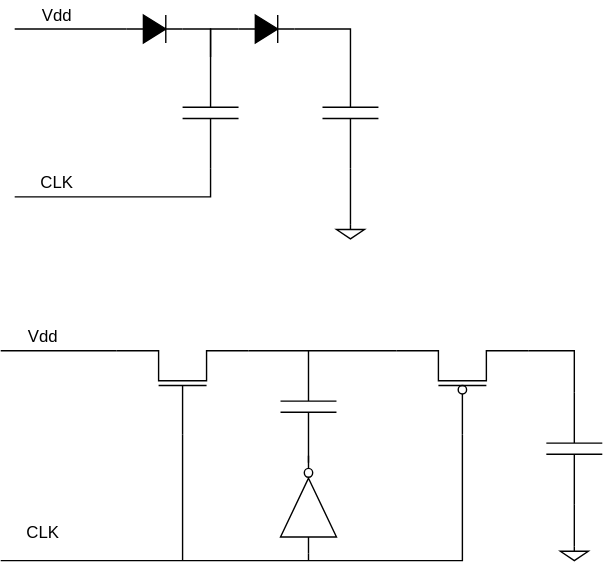
Before: pump/main.svg, a diagram exported from draw.io (AntonGLi/analog_stuff). Source tidied: cells renumbered, new cells last; positions are measured from the earlier drawing's top-left corner, leaving out a move shared by most shapes.
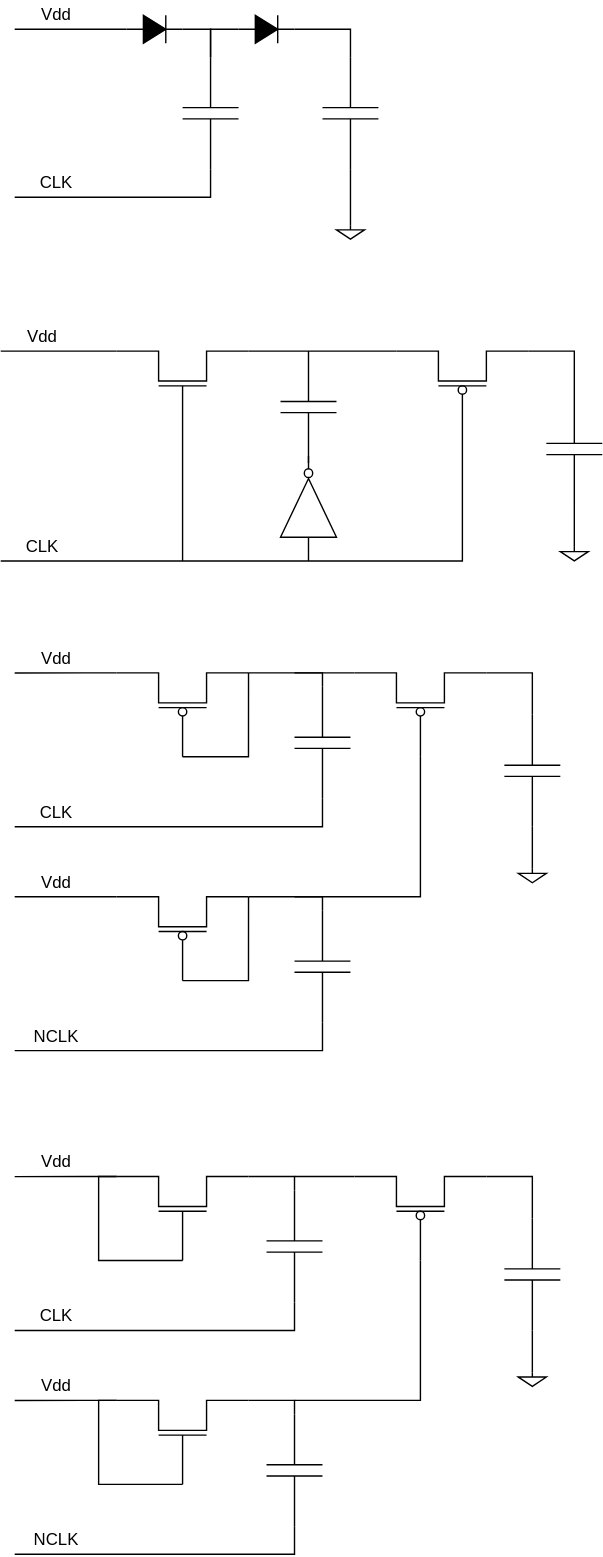
After the change.

The edit, as a diff of the source:
```diff
@@ -63,7 +63,7 @@
       <mxGeometry relative="1" as="geometry" />
     </mxCell>
     <mxCell id="18" value="CLK" style="text;html=1;align=center;verticalAlign=middle;whiteSpace=wrap;rounded=0;" parent="1" vertex="1">
-      <mxGeometry y="370" width="60" height="20" as="geometry" />
+      <mxGeometry y="380" width="60" height="20" as="geometry" />
     </mxCell>
     <mxCell id="19" value="Vdd" style="text;html=1;align=center;verticalAlign=middle;whiteSpace=wrap;rounded=0;" parent="1" vertex="1">
       <mxGeometry y="230" width="60" height="20" as="geometry" />
@@ -130,5 +130,271 @@
     <mxCell id="30" style="verticalLabelPosition=bottom;shadow=0;dashed=0;align=center;html=1;verticalAlign=top;shape=(stored shape, 392 characters);fillColor=none;rotation=-90;" parent="1" vertex="1">
       <mxGeometry x="185" y="340" width="70" height="40" as="geometry" />
     </mxCell>
+    <mxCell id="31" style="edgeStyle=orthogonalEdgeStyle;rounded=0;orthogonalLoop=1;jettySize=auto;html=1;exitX=1;exitY=0;exitDx=0;exitDy=0;exitPerimeter=0;endArrow=none;endFill=0;" parent="1" edge="1">
+      <mxGeometry relative="1" as="geometry">
+        <mxPoint x="82.9" y="480" as="sourcePoint" />
+        <mxPoint x="10" y="480.1" as="targetPoint" />
+        <Array as="points">
+          <mxPoint x="60" y="480" />
+          <mxPoint x="60" y="480" />
+        </Array>
+      </mxGeometry>
+    </mxCell>
+    <mxCell id="32" style="edgeStyle=orthogonalEdgeStyle;rounded=0;jettySize=auto;html=1;exitX=1;exitY=0.5;exitDx=0;exitDy=0;exitPerimeter=0;endArrow=none;endFill=0;" parent="1" edge="1" source="33">
+      <mxGeometry relative="1" as="geometry">
+        <mxPoint x="10" y="590" as="targetPoint" />
+        <Array as="points">
+          <mxPoint x="210" y="590" />
+          <mxPoint x="10" y="590" />
+        </Array>
+      </mxGeometry>
+    </mxCell>
+    <mxCell id="33" style="verticalLabelPosition=bottom;shadow=0;dashed=0;align=center;html=1;verticalAlign=top;shape=mxgraph.electrical.capacitors.capacitor_1;rotation=90;" parent="1" vertex="1">
+      <mxGeometry x="190" y="510" width="80" height="40" as="geometry" />
+    </mxCell>
+    <mxCell id="34" style="edgeStyle=orthogonalEdgeStyle;rounded=0;jettySize=auto;html=1;exitX=1;exitY=1;exitDx=0;exitDy=0;exitPerimeter=0;entryX=0;entryY=0.5;entryDx=0;entryDy=0;entryPerimeter=0;endArrow=none;endFill=0;" parent="1" edge="1" target="33">
+      <mxGeometry relative="1" as="geometry">
+        <mxPoint x="177.1" y="480" as="sourcePoint" />
+        <Array as="points">
+          <mxPoint x="230" y="480" />
+        </Array>
+      </mxGeometry>
+    </mxCell>
+    <mxCell id="35" value="CLK" style="text;html=1;align=center;verticalAlign=middle;whiteSpace=wrap;rounded=0;" parent="1" vertex="1">
+      <mxGeometry x="10" y="570" width="60" height="20" as="geometry" />
+    </mxCell>
+    <mxCell id="36" value="Vdd" style="text;html=1;align=center;verticalAlign=middle;whiteSpace=wrap;rounded=0;" parent="1" vertex="1">
+      <mxGeometry x="10" y="460" width="60" height="20" as="geometry" />
+    </mxCell>
+    <mxCell id="37" style="edgeStyle=orthogonalEdgeStyle;rounded=0;orthogonalLoop=1;jettySize=auto;html=1;exitX=1;exitY=0;exitDx=0;exitDy=0;exitPerimeter=0;endArrow=none;endFill=0;" parent="1" edge="1">
+      <mxGeometry relative="1" as="geometry">
+        <mxPoint x="82.9" y="640" as="sourcePoint" />
+        <mxPoint x="10" y="640.1" as="targetPoint" />
+        <Array as="points">
+          <mxPoint x="60" y="640" />
+          <mxPoint x="60" y="640" />
+        </Array>
+      </mxGeometry>
+    </mxCell>
+    <mxCell id="38" style="edgeStyle=orthogonalEdgeStyle;rounded=0;jettySize=auto;html=1;exitX=1;exitY=0.5;exitDx=0;exitDy=0;exitPerimeter=0;endArrow=none;endFill=0;" parent="1" edge="1" source="39">
+      <mxGeometry relative="1" as="geometry">
+        <mxPoint x="10" y="750" as="targetPoint" />
+        <Array as="points">
+          <mxPoint x="210" y="750" />
+          <mxPoint x="10" y="750" />
+        </Array>
+      </mxGeometry>
+    </mxCell>
+    <mxCell id="39" style="verticalLabelPosition=bottom;shadow=0;dashed=0;align=center;html=1;verticalAlign=top;shape=mxgraph.electrical.capacitors.capacitor_1;rotation=90;" parent="1" vertex="1">
+      <mxGeometry x="190" y="670" width="80" height="40" as="geometry" />
+    </mxCell>
+    <mxCell id="40" style="edgeStyle=orthogonalEdgeStyle;rounded=0;jettySize=auto;html=1;exitX=1;exitY=1;exitDx=0;exitDy=0;exitPerimeter=0;entryX=0;entryY=0.5;entryDx=0;entryDy=0;entryPerimeter=0;endArrow=none;endFill=0;" parent="1" edge="1" target="39">
+      <mxGeometry relative="1" as="geometry">
+        <mxPoint x="177.1" y="640" as="sourcePoint" />
+        <Array as="points">
+          <mxPoint x="230" y="640" />
+        </Array>
+      </mxGeometry>
+    </mxCell>
+    <mxCell id="41" value="NCLK" style="text;html=1;align=center;verticalAlign=middle;whiteSpace=wrap;rounded=0;" parent="1" vertex="1">
+      <mxGeometry x="10" y="730" width="60" height="20" as="geometry" />
+    </mxCell>
+    <mxCell id="42" value="Vdd" style="text;html=1;align=center;verticalAlign=middle;whiteSpace=wrap;rounded=0;" parent="1" vertex="1">
+      <mxGeometry x="10" y="620" width="60" height="20" as="geometry" />
+    </mxCell>
+    <mxCell id="43" style="verticalLabelPosition=bottom;shadow=0;dashed=0;align=center;html=1;verticalAlign=top;shape=mxgraph.electrical.capacitors.capacitor_1;rotation=90;" parent="1" vertex="1">
+      <mxGeometry x="340" y="530" width="80" height="40" as="geometry" />
+    </mxCell>
+    <mxCell id="44" style="verticalLabelPosition=bottom;shadow=0;dashed=0;align=center;html=1;verticalAlign=top;shape=mxgraph.electrical.signal_sources.signal_ground;" parent="1" vertex="1">
+      <mxGeometry x="370" y="620" width="20" height="10" as="geometry" />
+    </mxCell>
+    <mxCell id="45" style="edgeStyle=orthogonalEdgeStyle;rounded=0;jettySize=auto;html=1;exitX=1;exitY=0.5;exitDx=0;exitDy=0;exitPerimeter=0;entryX=0.5;entryY=0;entryDx=0;entryDy=0;entryPerimeter=0;endArrow=none;endFill=0;" parent="1" edge="1" source="43" target="44">
+      <mxGeometry relative="1" as="geometry" />
+    </mxCell>
+    <mxCell id="46" style="edgeStyle=orthogonalEdgeStyle;rounded=0;orthogonalLoop=1;jettySize=auto;html=1;exitX=0;exitY=0.5;exitDx=0;exitDy=0;exitPerimeter=0;endArrow=none;endFill=0;" parent="1" edge="1">
+      <mxGeometry relative="1" as="geometry">
+        <mxPoint x="277.9" y="477.1" as="sourcePoint" />
+        <mxPoint x="278.1" y="477.1" as="targetPoint" />
+      </mxGeometry>
+    </mxCell>
+    <mxCell id="47" style="edgeStyle=orthogonalEdgeStyle;rounded=0;jettySize=auto;html=1;exitX=1;exitY=1;exitDx=0;exitDy=0;exitPerimeter=0;endArrow=none;endFill=0;entryX=0;entryY=0.5;entryDx=0;entryDy=0;entryPerimeter=0;" parent="1" edge="1" source="50" target="43">
+      <mxGeometry relative="1" as="geometry">
+        <Array as="points">
+          <mxPoint x="380" y="480" />
+        </Array>
+      </mxGeometry>
+    </mxCell>
+    <mxCell id="48" style="edgeStyle=orthogonalEdgeStyle;rounded=0;jettySize=auto;html=1;exitX=1;exitY=0;exitDx=0;exitDy=0;exitPerimeter=0;endArrow=none;endFill=0;" parent="1" edge="1" source="50">
+      <mxGeometry relative="1" as="geometry">
+        <mxPoint x="210" y="480" as="targetPoint" />
+        <Array as="points">
+          <mxPoint x="240" y="480" />
+          <mxPoint x="240" y="480" />
+        </Array>
+      </mxGeometry>
+    </mxCell>
+    <mxCell id="49" style="edgeStyle=orthogonalEdgeStyle;rounded=0;jettySize=auto;html=1;exitX=0;exitY=0.5;exitDx=0;exitDy=0;exitPerimeter=0;endArrow=none;endFill=0;" parent="1" edge="1" source="50">
+      <mxGeometry relative="1" as="geometry">
+        <mxPoint x="210" y="640" as="targetPoint" />
+        <Array as="points">
+          <mxPoint x="300" y="640" />
+        </Array>
+      </mxGeometry>
+    </mxCell>
+    <mxCell id="50" style="verticalLabelPosition=bottom;shadow=0;dashed=0;align=center;html=1;verticalAlign=top;shape=(stored shape, 420 characters);rotation=-90;fillColor=none;" parent="1" vertex="1">
+      <mxGeometry x="270" y="460" width="60" height="100" as="geometry" />
+    </mxCell>
+    <mxCell id="51" style="edgeStyle=orthogonalEdgeStyle;rounded=0;jettySize=auto;html=1;exitX=1;exitY=0;exitDx=0;exitDy=0;exitPerimeter=0;endArrow=none;endFill=0;" parent="1" edge="1" source="52">
+      <mxGeometry relative="1" as="geometry">
+        <mxPoint x="10" y="840.1" as="targetPoint" />
+        <Array as="points">
+          <mxPoint x="60" y="840" />
+          <mxPoint x="60" y="840" />
+        </Array>
+      </mxGeometry>
+    </mxCell>
+    <mxCell id="52" style="verticalLabelPosition=bottom;shadow=0;dashed=0;align=center;html=1;verticalAlign=top;shape=(stored shape, 396 characters);rotation=-90;fillColor=none;" parent="1" vertex="1">
+      <mxGeometry x="100" y="820" width="60" height="100" as="geometry" />
+    </mxCell>
+    <mxCell id="53" style="edgeStyle=orthogonalEdgeStyle;rounded=0;orthogonalLoop=1;jettySize=auto;html=1;exitX=0;exitY=0.5;exitDx=0;exitDy=0;exitPerimeter=0;entryX=1;entryY=0;entryDx=0;entryDy=0;entryPerimeter=0;endArrow=none;endFill=0;" parent="1" edge="1" source="52" target="52">
+      <mxGeometry relative="1" as="geometry">
+        <Array as="points">
+          <mxPoint x="70" y="900" />
+          <mxPoint x="70" y="840" />
+        </Array>
+      </mxGeometry>
+    </mxCell>
+    <mxCell id="54" style="edgeStyle=orthogonalEdgeStyle;rounded=0;jettySize=auto;html=1;exitX=1;exitY=0.5;exitDx=0;exitDy=0;exitPerimeter=0;endArrow=none;endFill=0;" parent="1" edge="1" source="55">
+      <mxGeometry relative="1" as="geometry">
+        <mxPoint x="10" y="950" as="targetPoint" />
+        <Array as="points">
+          <mxPoint x="210" y="950" />
+          <mxPoint x="10" y="950" />
+        </Array>
+      </mxGeometry>
+    </mxCell>
+    <mxCell id="55" style="verticalLabelPosition=bottom;shadow=0;dashed=0;align=center;html=1;verticalAlign=top;shape=mxgraph.electrical.capacitors.capacitor_1;rotation=90;" parent="1" vertex="1">
+      <mxGeometry x="170" y="870" width="80" height="40" as="geometry" />
+    </mxCell>
+    <mxCell id="56" style="edgeStyle=orthogonalEdgeStyle;rounded=0;jettySize=auto;html=1;exitX=1;exitY=1;exitDx=0;exitDy=0;exitPerimeter=0;entryX=0;entryY=0.5;entryDx=0;entryDy=0;entryPerimeter=0;endArrow=none;endFill=0;" parent="1" edge="1" source="52" target="55">
+      <mxGeometry relative="1" as="geometry">
+        <Array as="points">
+          <mxPoint x="210" y="840" />
+        </Array>
+      </mxGeometry>
+    </mxCell>
+    <mxCell id="57" value="CLK" style="text;html=1;align=center;verticalAlign=middle;whiteSpace=wrap;rounded=0;" parent="1" vertex="1">
+      <mxGeometry x="10" y="930" width="60" height="20" as="geometry" />
+    </mxCell>
+    <mxCell id="58" value="Vdd" style="text;html=1;align=center;verticalAlign=middle;whiteSpace=wrap;rounded=0;" parent="1" vertex="1">
+      <mxGeometry x="10" y="820" width="60" height="20" as="geometry" />
+    </mxCell>
+    <mxCell id="59" style="edgeStyle=orthogonalEdgeStyle;rounded=0;jettySize=auto;html=1;exitX=1;exitY=0;exitDx=0;exitDy=0;exitPerimeter=0;endArrow=none;endFill=0;" parent="1" edge="1" source="60">
+      <mxGeometry relative="1" as="geometry">
+        <mxPoint x="10" y="1000.1" as="targetPoint" />
+        <Array as="points">
+          <mxPoint x="60" y="1000" />
+          <mxPoint x="60" y="1000" />
+        </Array>
+      </mxGeometry>
+    </mxCell>
+    <mxCell id="60" style="verticalLabelPosition=bottom;shadow=0;dashed=0;align=center;html=1;verticalAlign=top;shape=(stored shape, 396 characters);rotation=-90;fillColor=none;" parent="1" vertex="1">
+      <mxGeometry x="100" y="980" width="60" height="100" as="geometry" />
+    </mxCell>
+    <mxCell id="61" style="edgeStyle=orthogonalEdgeStyle;rounded=0;orthogonalLoop=1;jettySize=auto;html=1;exitX=0;exitY=0.5;exitDx=0;exitDy=0;exitPerimeter=0;entryX=1;entryY=0;entryDx=0;entryDy=0;entryPerimeter=0;endArrow=none;endFill=0;" parent="1" edge="1" source="60" target="60">
+      <mxGeometry relative="1" as="geometry">
+        <Array as="points">
+          <mxPoint x="70" y="1060" />
+          <mxPoint x="70" y="1000" />
+        </Array>
+      </mxGeometry>
+    </mxCell>
+    <mxCell id="62" style="edgeStyle=orthogonalEdgeStyle;rounded=0;jettySize=auto;html=1;exitX=1;exitY=0.5;exitDx=0;exitDy=0;exitPerimeter=0;endArrow=none;endFill=0;" parent="1" edge="1" source="63">
+      <mxGeometry relative="1" as="geometry">
+        <mxPoint x="10" y="1110" as="targetPoint" />
+        <Array as="points">
+          <mxPoint x="210" y="1110" />
+          <mxPoint x="10" y="1110" />
+        </Array>
+      </mxGeometry>
+    </mxCell>
+    <mxCell id="63" style="verticalLabelPosition=bottom;shadow=0;dashed=0;align=center;html=1;verticalAlign=top;shape=mxgraph.electrical.capacitors.capacitor_1;rotation=90;" parent="1" vertex="1">
+      <mxGeometry x="170" y="1030" width="80" height="40" as="geometry" />
+    </mxCell>
+    <mxCell id="64" style="edgeStyle=orthogonalEdgeStyle;rounded=0;jettySize=auto;html=1;exitX=1;exitY=1;exitDx=0;exitDy=0;exitPerimeter=0;entryX=0;entryY=0.5;entryDx=0;entryDy=0;entryPerimeter=0;endArrow=none;endFill=0;" parent="1" edge="1" source="60" target="63">
+      <mxGeometry relative="1" as="geometry">
+        <Array as="points">
+          <mxPoint x="210" y="1000" />
+        </Array>
+      </mxGeometry>
+    </mxCell>
+    <mxCell id="65" value="NCLK" style="text;html=1;align=center;verticalAlign=middle;whiteSpace=wrap;rounded=0;" parent="1" vertex="1">
+      <mxGeometry x="10" y="1090" width="60" height="20" as="geometry" />
+    </mxCell>
+    <mxCell id="66" value="Vdd" style="text;html=1;align=center;verticalAlign=middle;whiteSpace=wrap;rounded=0;" parent="1" vertex="1">
+      <mxGeometry x="10" y="980" width="60" height="20" as="geometry" />
+    </mxCell>
+    <mxCell id="67" style="verticalLabelPosition=bottom;shadow=0;dashed=0;align=center;html=1;verticalAlign=top;shape=mxgraph.electrical.capacitors.capacitor_1;rotation=90;" parent="1" vertex="1">
+      <mxGeometry x="340" y="890" width="80" height="40" as="geometry" />
+    </mxCell>
+    <mxCell id="68" style="verticalLabelPosition=bottom;shadow=0;dashed=0;align=center;html=1;verticalAlign=top;shape=mxgraph.electrical.signal_sources.signal_ground;" parent="1" vertex="1">
+      <mxGeometry x="370" y="980" width="20" height="10" as="geometry" />
+    </mxCell>
+    <mxCell id="69" style="edgeStyle=orthogonalEdgeStyle;rounded=0;jettySize=auto;html=1;exitX=1;exitY=0.5;exitDx=0;exitDy=0;exitPerimeter=0;entryX=0.5;entryY=0;entryDx=0;entryDy=0;entryPerimeter=0;endArrow=none;endFill=0;" parent="1" edge="1" source="67" target="68">
+      <mxGeometry relative="1" as="geometry" />
+    </mxCell>
+    <mxCell id="70" style="edgeStyle=orthogonalEdgeStyle;rounded=0;orthogonalLoop=1;jettySize=auto;html=1;exitX=0;exitY=0.5;exitDx=0;exitDy=0;exitPerimeter=0;endArrow=none;endFill=0;" parent="1" edge="1">
+      <mxGeometry relative="1" as="geometry">
+        <mxPoint x="277.9" y="837.1" as="sourcePoint" />
+        <mxPoint x="278.1" y="837.1" as="targetPoint" />
+      </mxGeometry>
+    </mxCell>
+    <mxCell id="71" style="edgeStyle=orthogonalEdgeStyle;rounded=0;jettySize=auto;html=1;exitX=1;exitY=1;exitDx=0;exitDy=0;exitPerimeter=0;endArrow=none;endFill=0;entryX=0;entryY=0.5;entryDx=0;entryDy=0;entryPerimeter=0;" parent="1" edge="1" source="74" target="67">
+      <mxGeometry relative="1" as="geometry">
+        <Array as="points">
+          <mxPoint x="380" y="840" />
+        </Array>
+      </mxGeometry>
+    </mxCell>
+    <mxCell id="72" style="edgeStyle=orthogonalEdgeStyle;rounded=0;jettySize=auto;html=1;exitX=1;exitY=0;exitDx=0;exitDy=0;exitPerimeter=0;endArrow=none;endFill=0;" parent="1" edge="1" source="74">
+      <mxGeometry relative="1" as="geometry">
+        <mxPoint x="210" y="840" as="targetPoint" />
+        <Array as="points">
+          <mxPoint x="240" y="840" />
+          <mxPoint x="240" y="840" />
+        </Array>
+      </mxGeometry>
+    </mxCell>
+    <mxCell id="73" style="edgeStyle=orthogonalEdgeStyle;rounded=0;jettySize=auto;html=1;exitX=0;exitY=0.5;exitDx=0;exitDy=0;exitPerimeter=0;endArrow=none;endFill=0;" parent="1" edge="1" source="74">
+      <mxGeometry relative="1" as="geometry">
+        <mxPoint x="210" y="1000" as="targetPoint" />
+        <Array as="points">
+          <mxPoint x="300" y="1000" />
+        </Array>
+      </mxGeometry>
+    </mxCell>
+    <mxCell id="74" style="verticalLabelPosition=bottom;shadow=0;dashed=0;align=center;html=1;verticalAlign=top;shape=(stored shape, 420 characters);rotation=-90;fillColor=none;" parent="1" vertex="1">
+      <mxGeometry x="270" y="820" width="60" height="100" as="geometry" />
+    </mxCell>
+    <mxCell id="75" style="verticalLabelPosition=bottom;shadow=0;dashed=0;align=center;html=1;verticalAlign=top;shape=(stored shape, 420 characters);rotation=-90;fillColor=none;" parent="1" vertex="1">
+      <mxGeometry x="100" y="620" width="60" height="100" as="geometry" />
+    </mxCell>
+    <mxCell id="76" style="edgeStyle=orthogonalEdgeStyle;rounded=0;orthogonalLoop=1;jettySize=auto;html=1;exitX=0;exitY=0.5;exitDx=0;exitDy=0;exitPerimeter=0;entryX=1;entryY=1;entryDx=0;entryDy=0;entryPerimeter=0;endArrow=none;endFill=0;" parent="1" edge="1" source="75" target="75">
+      <mxGeometry relative="1" as="geometry">
+        <Array as="points">
+          <mxPoint x="177" y="700" />
+        </Array>
+      </mxGeometry>
+    </mxCell>
+    <mxCell id="77" style="verticalLabelPosition=bottom;shadow=0;dashed=0;align=center;html=1;verticalAlign=top;shape=(stored shape, 420 characters);rotation=-90;fillColor=none;" parent="1" vertex="1">
+      <mxGeometry x="100" y="460" width="60" height="100" as="geometry" />
+    </mxCell>
+    <mxCell id="78" style="edgeStyle=orthogonalEdgeStyle;rounded=0;orthogonalLoop=1;jettySize=auto;html=1;exitX=0;exitY=0.5;exitDx=0;exitDy=0;exitPerimeter=0;entryX=1;entryY=1;entryDx=0;entryDy=0;entryPerimeter=0;endArrow=none;endFill=0;" parent="1" edge="1" source="77" target="77">
+      <mxGeometry relative="1" as="geometry">
+        <Array as="points">
+          <mxPoint x="177" y="540" />
+        </Array>
+      </mxGeometry>
+    </mxCell>
   </root>
 </mxGraphModel>
```
